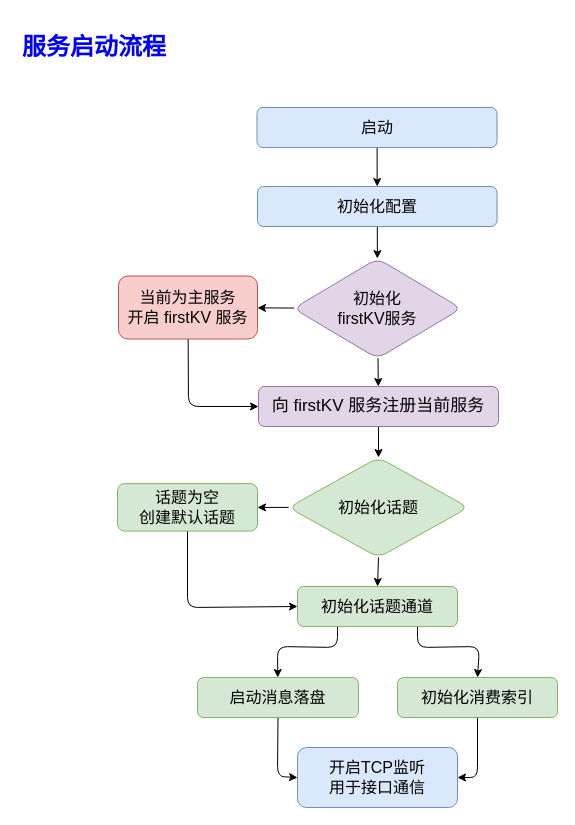
Before: 流程图/01.启动流程.dio in cnlesscode/firstMQServer, a draw.io diagram. Source tidied: cells renumbered, new cells numbered last; positions are measured from the earlier drawing's top-left corner, leaving out a move shared by most shapes. Both pictures are drawn from the tidied source at 100%, with x=0, y=0 at pixel (17, 27).
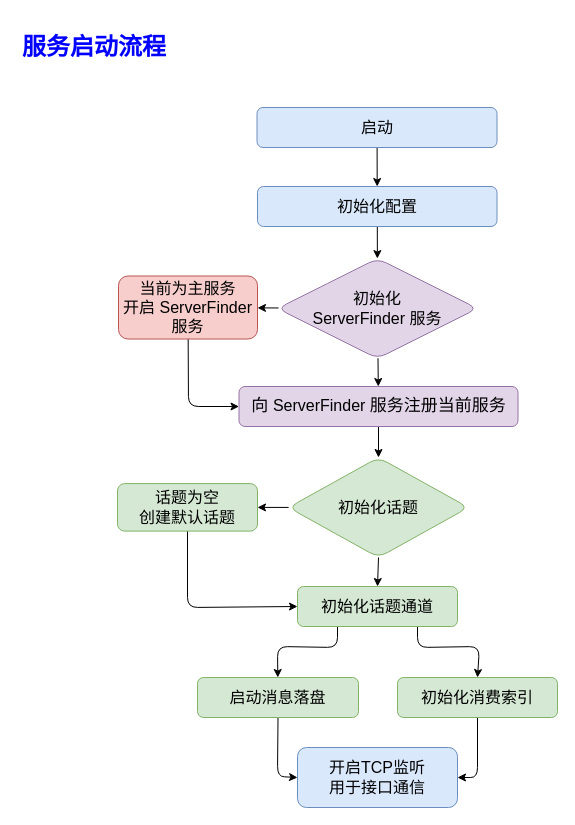
The same page after the edit.

What changed in the source:
```diff
@@
-    <mxCell id="22" value="初始化&lt;br style=&quot;font-size: 16px;&quot;&gt;firstKV服务" style="rhombus;whiteSpace=wrap;html=1;fillColor=#e1d5e7;strokeColor=#9673a6;rounded=1;fontSize=16;" parent="1" vertex="1">
-      <mxGeometry x="276" y="231" width="168" height="100" as="geometry" />
+    <mxCell id="22" value="初始化&lt;br style=&quot;font-size: 16px;&quot;&gt;&lt;span style=&quot;color: rgb(0, 0, 0);&quot;&gt;ServerFinder&amp;nbsp;&lt;/span&gt;服务" style="rhombus;whiteSpace=wrap;html=1;fillColor=#e1d5e7;strokeColor=#9673a6;rounded=1;fontSize=16;" parent="1" vertex="1">
+      <mxGeometry x="260" y="231" width="200" height="100" as="geometry" />
     </mxCell>
@@
-    <mxCell id="24" value="当前为主服务&lt;br style=&quot;font-size: 16px;&quot;&gt;开启 firstKV 服务" style="whiteSpace=wrap;html=1;fillColor=#f8cecc;strokeColor=#b85450;rounded=1;fontSize=16;" parent="1" vertex="1">
+    <mxCell id="24" value="当前为主服务&lt;br style=&quot;font-size: 16px;&quot;&gt;开启 ServerFinder 服务" style="whiteSpace=wrap;html=1;fillColor=#f8cecc;strokeColor=#b85450;rounded=1;fontSize=16;" parent="1" vertex="1">
       <mxGeometry x="101" y="248.5" width="139" height="63" as="geometry" />
     </mxCell>
@@
-    <mxCell id="26" value="向 firstKV 服务注册当前服务" style="rounded=1;whiteSpace=wrap;html=1;fillColor=#e1d5e7;strokeColor=#9673a6;fontSize=17;" parent="1" vertex="1">
-      <mxGeometry x="241" y="359" width="240" height="40" as="geometry" />
+    <mxCell id="26" value="向&amp;nbsp;&lt;span style=&quot;color: rgb(0, 0, 0); font-size: 16px;&quot;&gt;ServerFinder&amp;nbsp;&lt;/span&gt;服务注册当前服务" style="rounded=1;whiteSpace=wrap;html=1;fillColor=#e1d5e7;strokeColor=#9673a6;fontSize=17;" parent="1" vertex="1">
+      <mxGeometry x="221.5" y="359" width="279" height="40" as="geometry" />
     </mxCell>
```
